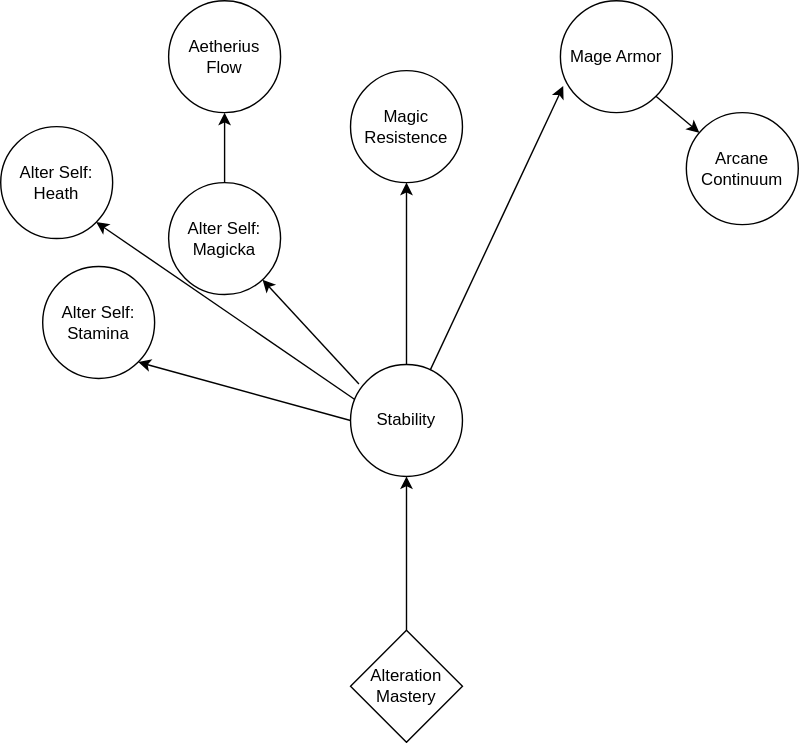
The draw.io diagram lath_docs/alteration/tree-alteration_1_0.drawio.svg in wellington364868/lath_legendsofaetherius, before a commit. Source tidied: cells renumbered, new cells last; positions are measured from the earlier drawing's top-left corner, leaving out a move shared by most shapes. Source of this version:
```xml
<mxGraphModel>
  <root>
    <mxCell id="0" />
    <mxCell id="1" parent="0" />
    <mxCell id="2" value="Alteration Mastery" style="rhombus;whiteSpace=wrap;html=1;" parent="1" vertex="1">
      <mxGeometry x="250" y="450" width="80" height="80" as="geometry" />
    </mxCell>
    <mxCell id="3" value="Mage Armor" style="ellipse;whiteSpace=wrap;html=1;" parent="1" vertex="1">
      <mxGeometry x="400" width="80" height="80" as="geometry" />
    </mxCell>
    <mxCell id="4" value="Stability" style="ellipse;whiteSpace=wrap;html=1;" parent="1" vertex="1">
      <mxGeometry x="250" y="260" width="80" height="80" as="geometry" />
    </mxCell>
    <mxCell id="5" value="Arcane Continuum" style="ellipse;whiteSpace=wrap;html=1;" parent="1" vertex="1">
      <mxGeometry x="490" y="80" width="80" height="80" as="geometry" />
    </mxCell>
    <mxCell id="6" value="Aetherius Flow" style="ellipse;whiteSpace=wrap;html=1;" parent="1" vertex="1">
      <mxGeometry x="120" width="80" height="80" as="geometry" />
    </mxCell>
    <mxCell id="7" value="Alter Self: Magicka" style="ellipse;whiteSpace=wrap;html=1;" parent="1" vertex="1">
      <mxGeometry x="120" y="130" width="80" height="80" as="geometry" />
    </mxCell>
    <mxCell id="8" value="Magic Resistence" style="ellipse;whiteSpace=wrap;html=1;" parent="1" vertex="1">
      <mxGeometry x="250" y="50" width="80" height="80" as="geometry" />
    </mxCell>
    <mxCell id="9" style="endArrow=classic;html=1;rounded=0;entryX=0.5;entryY=1;entryDx=0;entryDy=0;" parent="1" edge="1" source="4" target="8">
      <mxGeometry relative="1" as="geometry" />
    </mxCell>
    <mxCell id="10" style="endArrow=classic;html=1;rounded=0;exitX=0.5;exitY=0;exitDx=0;exitDy=0;entryX=0.5;entryY=1;entryDx=0;entryDy=0;" parent="1" edge="1" source="2" target="4">
      <mxGeometry relative="1" as="geometry" />
    </mxCell>
    <mxCell id="11" style="endArrow=classic;html=1;rounded=0;entryX=0.025;entryY=0.763;entryDx=0;entryDy=0;entryPerimeter=0;" parent="1" edge="1" source="4" target="3">
      <mxGeometry relative="1" as="geometry" />
    </mxCell>
    <mxCell id="12" style="endArrow=classic;html=1;rounded=0;exitX=1;exitY=1;exitDx=0;exitDy=0;" parent="1" edge="1" source="3" target="5">
      <mxGeometry relative="1" as="geometry" />
    </mxCell>
    <mxCell id="13" style="endArrow=classic;html=1;rounded=0;exitX=0.075;exitY=0.175;exitDx=0;exitDy=0;exitPerimeter=0;" parent="1" edge="1" source="4" target="7">
      <mxGeometry relative="1" as="geometry" />
    </mxCell>
    <mxCell id="14" style="endArrow=classic;html=1;rounded=0;entryX=0.5;entryY=1;entryDx=0;entryDy=0;" parent="1" edge="1" source="7" target="6">
      <mxGeometry relative="1" as="geometry" />
    </mxCell>
    <mxCell id="15" value="Alter Self: Stamina" style="ellipse;whiteSpace=wrap;html=1;" parent="1" vertex="1">
      <mxGeometry x="30" y="190" width="80" height="80" as="geometry" />
    </mxCell>
    <mxCell id="16" style="endArrow=classic;html=1;rounded=0;exitX=0;exitY=0.5;exitDx=0;exitDy=0;entryX=1;entryY=1;entryDx=0;entryDy=0;" parent="1" edge="1" source="4" target="15">
      <mxGeometry relative="1" as="geometry" />
    </mxCell>
    <mxCell id="17" value="Alter Self: Heath" style="ellipse;whiteSpace=wrap;html=1;" parent="1" vertex="1">
      <mxGeometry y="90" width="80" height="80" as="geometry" />
    </mxCell>
    <mxCell id="18" style="endArrow=classic;html=1;rounded=0;exitX=0.038;exitY=0.313;exitDx=0;exitDy=0;exitPerimeter=0;entryX=1;entryY=1;entryDx=0;entryDy=0;" parent="1" edge="1" source="4" target="17">
      <mxGeometry relative="1" as="geometry" />
    </mxCell>
  </root>
</mxGraphModel>
```
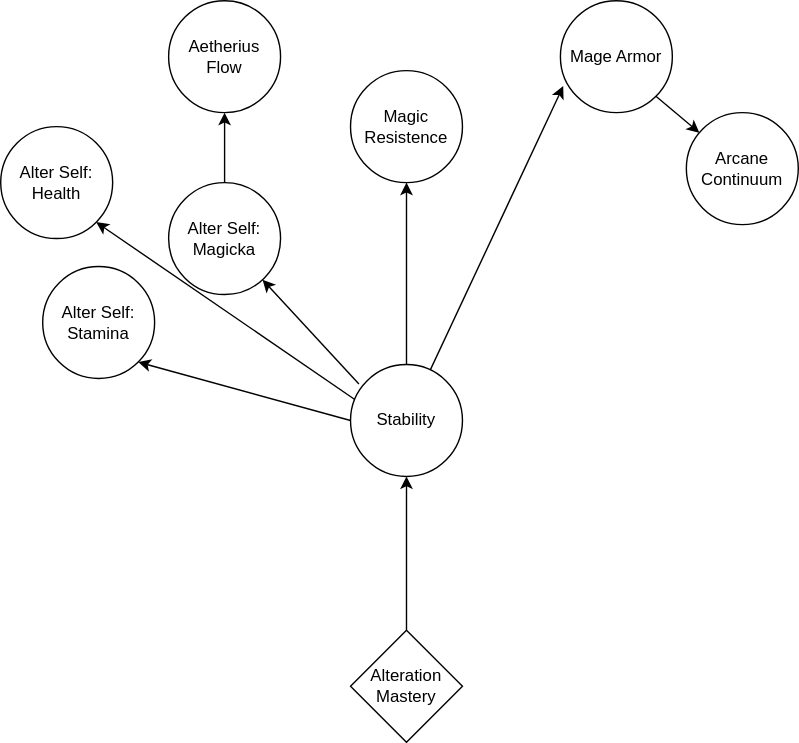
The same diagram one commit later.

The edit, as a diff of the source:
```diff
@@ -47,7 +47,7 @@
     <mxCell id="16" style="endArrow=classic;html=1;rounded=0;exitX=0;exitY=0.5;exitDx=0;exitDy=0;entryX=1;entryY=1;entryDx=0;entryDy=0;" parent="1" edge="1" source="4" target="15">
       <mxGeometry relative="1" as="geometry" />
     </mxCell>
-    <mxCell id="17" value="Alter Self: Heath" style="ellipse;whiteSpace=wrap;html=1;" parent="1" vertex="1">
+    <mxCell id="17" value="Alter Self: Health" style="ellipse;whiteSpace=wrap;html=1;" parent="1" vertex="1">
       <mxGeometry y="90" width="80" height="80" as="geometry" />
     </mxCell>
     <mxCell id="18" style="endArrow=classic;html=1;rounded=0;exitX=0.038;exitY=0.313;exitDx=0;exitDy=0;exitPerimeter=0;entryX=1;entryY=1;entryDx=0;entryDy=0;" parent="1" edge="1" source="4" target="17">
```
